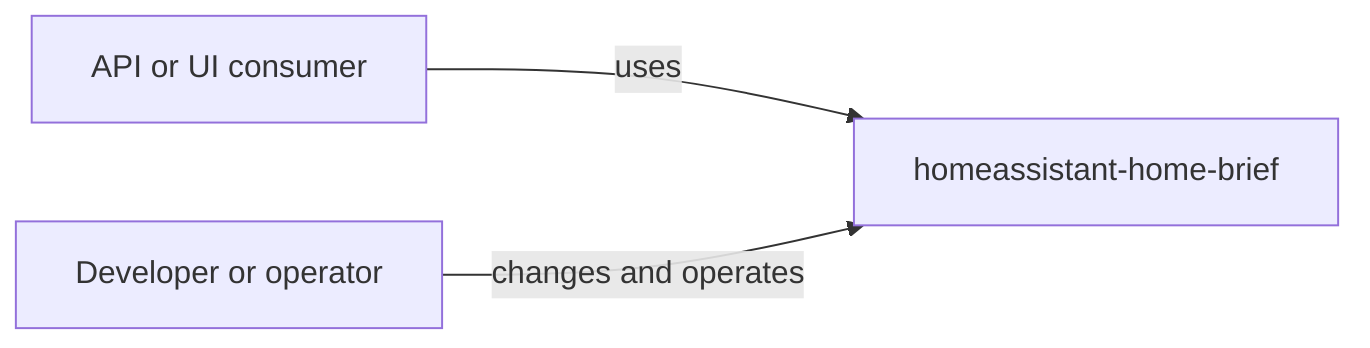
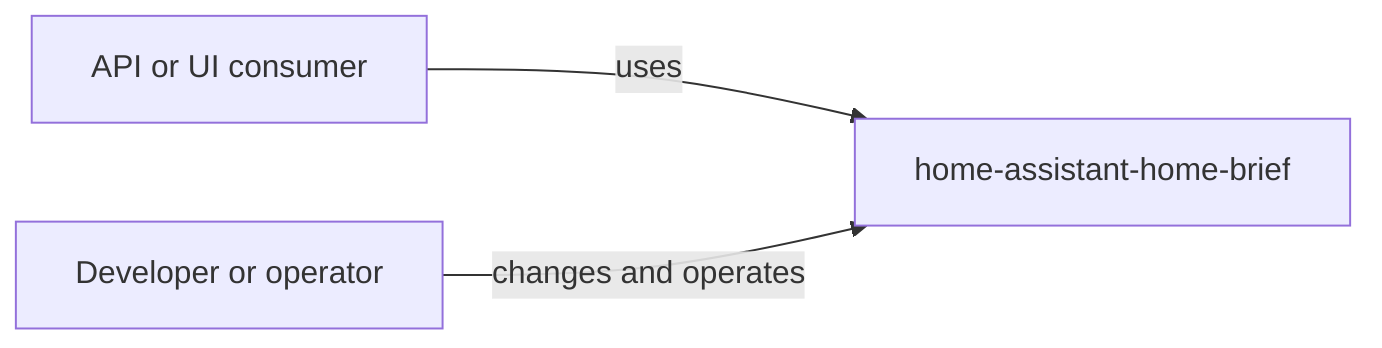
flowchart LR
  Developer[Developer or operator]
-   System[homeassistant-home-brief]
+   System[home-assistant-home-brief]
  Consumer[API or UI consumer]
  Consumer -->|uses| System
  Developer -->|changes and operates| System
